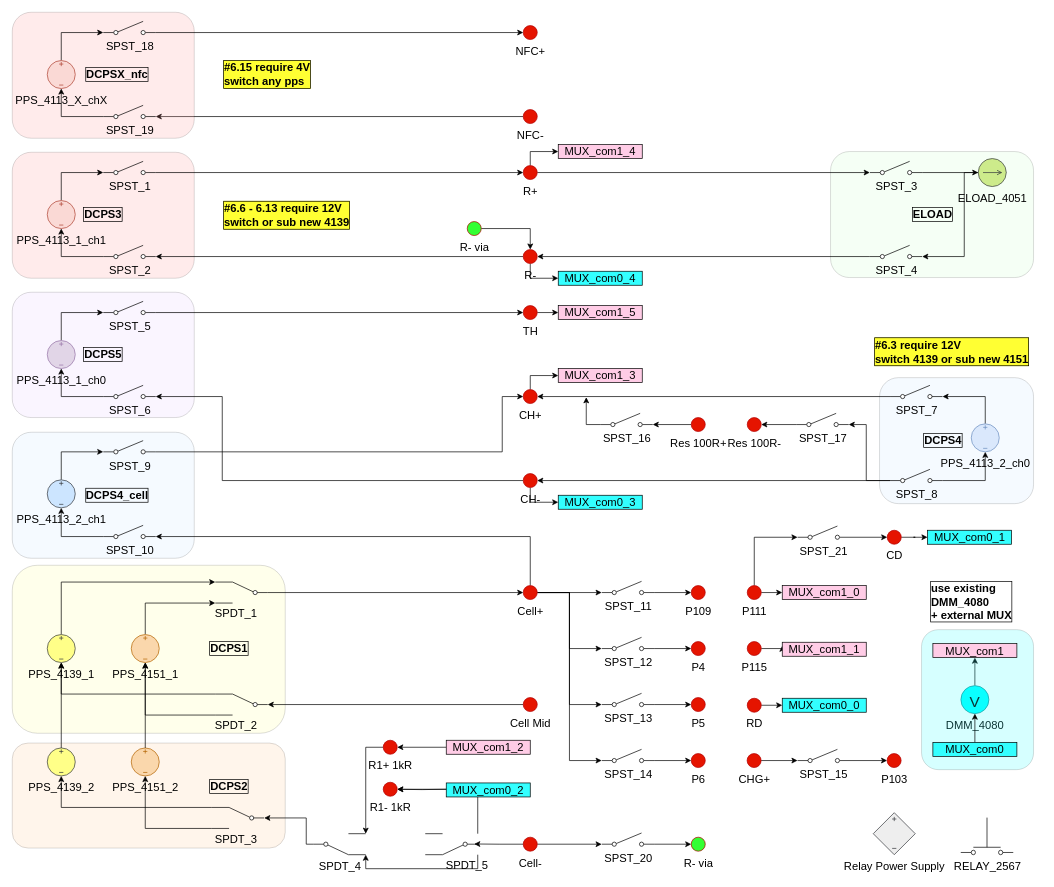
Before: BMS_device_B.drawio in ktlim-xy/draw-io, a draw.io diagram. Source tidied: cells renumbered, new cells numbered last; positions are measured from the earlier drawing's top-left corner, leaving out a move shared by most shapes. Both pictures are drawn from the tidied source at 70%, with x=0, y=0 at pixel (12, 12).
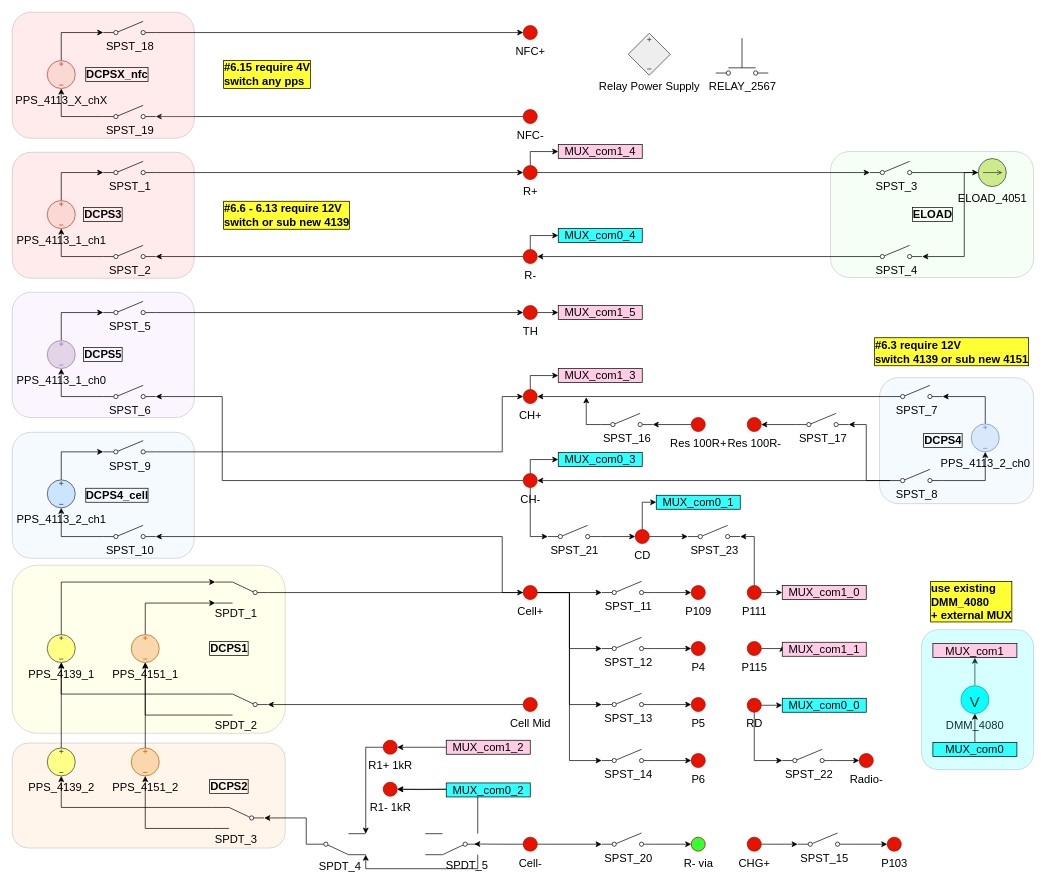
The same page after the edit.

Unchanged cells that the change refers to:
```xml
<mxCell id="20" value="Cell+" style="verticalLabelPosition=bottom;shadow=0;dashed=0;align=center;html=1;verticalAlign=top;strokeWidth=1;shape=ellipse;perimeter=ellipsePerimeter;fillColor=#e51400;fontColor=light-dark(#000000,#FF0000);strokeColor=#B20000;fontSize=16;" parent="1" vertex="1">
  <mxGeometry x="730" y="819" width="20" height="20" as="geometry" />
</mxCell>
<mxCell id="37" value="CH-" style="verticalLabelPosition=bottom;shadow=0;dashed=0;align=center;html=1;verticalAlign=top;strokeWidth=1;shape=ellipse;perimeter=ellipsePerimeter;fillColor=#e51400;fontColor=light-dark(#000000,#FF0000);strokeColor=#B20000;fontSize=16;" parent="1" vertex="1">
  <mxGeometry x="730" y="659" width="20" height="20" as="geometry" />
</mxCell>
<mxCell id="48" value="SPST_10" style="html=1;shape=mxgraph.electrical.electro-mechanical.singleSwitch;elSwitchState=off;verticalAlign=top;labelPosition=center;verticalLabelPosition=bottom;align=center;fontSize=16;" parent="1" vertex="1">
  <mxGeometry x="130" y="733" width="75" height="20" as="geometry" />
</mxCell>
<mxCell id="62" value="R-" style="verticalLabelPosition=bottom;shadow=0;dashed=0;align=center;html=1;verticalAlign=top;strokeWidth=1;shape=ellipse;perimeter=ellipsePerimeter;fillColor=#e51400;fontColor=light-dark(#000000,#FF0000);strokeColor=#B20000;fontSize=16;" parent="1" vertex="1">
  <mxGeometry x="730" y="339" width="20" height="20" as="geometry" />
</mxCell>
<mxCell id="70" value="SPST_2" style="html=1;shape=mxgraph.electrical.electro-mechanical.singleSwitch;elSwitchState=off;verticalAlign=top;labelPosition=center;verticalLabelPosition=bottom;align=center;fontSize=16;" parent="1" vertex="1">
  <mxGeometry x="130" y="333" width="75" height="20" as="geometry" />
</mxCell>
<mxCell id="107" value="P111" style="verticalLabelPosition=bottom;shadow=0;dashed=0;align=center;html=1;verticalAlign=top;strokeWidth=1;shape=ellipse;perimeter=ellipsePerimeter;fillColor=#e51400;fontColor=light-dark(#000000,#FF0000);strokeColor=#B20000;fontSize=16;" parent="1" vertex="1">
  <mxGeometry x="1050" y="819" width="20" height="20" as="geometry" />
</mxCell>
<mxCell id="114" value="RD" style="verticalLabelPosition=bottom;shadow=0;dashed=0;align=center;html=1;verticalAlign=top;strokeWidth=1;shape=ellipse;perimeter=ellipsePerimeter;fillColor=#e51400;fontColor=light-dark(#000000,#FF0000);strokeColor=#B20000;fontSize=16;" parent="1" vertex="1">
  <mxGeometry x="1050" y="980" width="20" height="20" as="geometry" />
</mxCell>
```

The edit, as a diff of the source:
```diff
@@
-    <mxCell id="15" style="edgeStyle=orthogonalEdgeStyle;rounded=0;jettySize=auto;html=1;exitX=0.5;exitY=0;exitDx=0;exitDy=0;entryX=1;entryY=0.8;entryDx=0;entryDy=0;fontSize=16;" parent="1" edge="1" source="20" target="48">
-      <mxGeometry relative="1" as="geometry" />
-    </mxCell>
@@
+    <mxCell id="15" style="edgeStyle=orthogonalEdgeStyle;rounded=0;jettySize=auto;html=1;exitX=0;exitY=0.5;exitDx=0;exitDy=0;entryX=1;entryY=0.8;entryDx=0;entryDy=0;" parent="1" edge="1" source="20" target="48">
+      <mxGeometry relative="1" as="geometry">
+        <Array as="points">
+          <mxPoint x="700" y="829" />
+          <mxPoint x="700" y="749" />
+        </Array>
+      </mxGeometry>
+    </mxCell>
@@
+    <mxCell id="177" style="edgeStyle=orthogonalEdgeStyle;rounded=0;jettySize=auto;html=1;exitX=0.5;exitY=1;exitDx=0;exitDy=0;entryX=0;entryY=0.8;entryDx=0;entryDy=0;" parent="1" edge="1" source="37" target="175">
+      <mxGeometry relative="1" as="geometry" />
+    </mxCell>
-    <mxCell id="36" style="edgeStyle=orthogonalEdgeStyle;rounded=0;jettySize=auto;html=1;exitX=0.5;exitY=1;exitDx=0;exitDy=0;entryX=0;entryY=0.5;entryDx=0;entryDy=0;fontSize=16;" parent="1" edge="1" source="37" target="147">
+    <mxCell id="36" style="edgeStyle=orthogonalEdgeStyle;rounded=0;jettySize=auto;html=1;exitX=0.5;exitY=0;exitDx=0;exitDy=0;entryX=0;entryY=0.5;entryDx=0;entryDy=0;" parent="1" edge="1" source="37" target="147">
       <mxGeometry relative="1" as="geometry" />
     </mxCell>
@@
+    <mxCell id="61" style="edgeStyle=orthogonalEdgeStyle;rounded=0;jettySize=auto;html=1;exitX=0;exitY=0.5;exitDx=0;exitDy=0;entryX=1;entryY=0.8;entryDx=0;entryDy=0;fontSize=16;" parent="1" edge="1" source="62" target="70">
+      <mxGeometry relative="1" as="geometry" />
+    </mxCell>
-    <mxCell id="60" style="edgeStyle=orthogonalEdgeStyle;rounded=0;jettySize=auto;html=1;exitX=0.5;exitY=1;exitDx=0;exitDy=0;entryX=0;entryY=0.5;entryDx=0;entryDy=0;fontSize=16;" parent="1" edge="1" source="62" target="149">
+    <mxCell id="60" style="edgeStyle=orthogonalEdgeStyle;rounded=0;jettySize=auto;html=1;exitX=0.5;exitY=0;exitDx=0;exitDy=0;entryX=0;entryY=0.5;entryDx=0;entryDy=0;" parent="1" edge="1" source="62" target="149">
       <mxGeometry relative="1" as="geometry" />
     </mxCell>
-    <mxCell id="61" style="edgeStyle=orthogonalEdgeStyle;rounded=0;jettySize=auto;html=1;exitX=0;exitY=0.5;exitDx=0;exitDy=0;entryX=1;entryY=0.8;entryDx=0;entryDy=0;fontSize=16;" parent="1" edge="1" source="62" target="70">
-      <mxGeometry relative="1" as="geometry" />
-    </mxCell>
@@
     <mxCell id="95" value="Relay Power Supply" style="verticalLabelPosition=bottom;shadow=0;dashed=0;align=center;html=1;verticalAlign=top;shape=mxgraph.electrical.signal_sources.source;elSourceType=dependent;elSignalType=dc3;fillColor=#eeeeee;strokeColor=#36393d;fontSize=16;" parent="1" vertex="1">
-      <mxGeometry x="1230" y="1143.5" width="60" height="60" as="geometry" />
+      <mxGeometry x="880" y="30" width="60" height="60" as="geometry" />
     </mxCell>
     <mxCell id="96" value="RELAY_2567" style="verticalLabelPosition=bottom;shadow=0;dashed=0;align=center;html=1;verticalAlign=top;shape=mxgraph.electrical.electro-mechanical.pushbuttonMakeSwitch2;elSwitchState=1;fontSize=16;" parent="1" vertex="1">
-      <mxGeometry x="1355" y="1150.5" width="75" height="53" as="geometry" />
+      <mxGeometry x="1005" y="37" width="75" height="53" as="geometry" />
     </mxCell>
@@
-    <mxCell id="106" style="edgeStyle=orthogonalEdgeStyle;rounded=0;jettySize=auto;html=1;entryX=0;entryY=0.8;entryDx=0;entryDy=0;" parent="1" edge="1" source="107" target="175">
-      <mxGeometry relative="1" as="geometry">
-        <Array as="points">
-          <mxPoint x="1060" y="750" />
-        </Array>
-      </mxGeometry>
-    </mxCell>
+    <mxCell id="178" style="edgeStyle=orthogonalEdgeStyle;rounded=0;jettySize=auto;html=1;exitX=0.5;exitY=0;exitDx=0;exitDy=0;entryX=1;entryY=0.8;entryDx=0;entryDy=0;" parent="1" edge="1" source="107" target="184">
+      <mxGeometry relative="1" as="geometry" />
+    </mxCell>
@@
+    <mxCell id="179" style="edgeStyle=orthogonalEdgeStyle;rounded=0;jettySize=auto;html=1;exitX=0.5;exitY=1;exitDx=0;exitDy=0;entryX=0;entryY=0.8;entryDx=0;entryDy=0;" parent="1" edge="1" source="114" target="183">
+      <mxGeometry relative="1" as="geometry" />
+    </mxCell>
@@
     <mxCell id="132" value="SPST_15" style="html=1;shape=mxgraph.electrical.electro-mechanical.singleSwitch;elSwitchState=off;labelPosition=center;verticalLabelPosition=bottom;align=center;verticalAlign=top;fontSize=16;" parent="1" vertex="1">
-      <mxGeometry x="1121.8" y="1053" width="75" height="20" as="geometry" />
+      <mxGeometry x="1122" y="1172.5" width="75" height="20" as="geometry" />
     </mxCell>
     <mxCell id="133" value="P103" style="verticalLabelPosition=bottom;shadow=0;dashed=0;align=center;html=1;verticalAlign=top;strokeWidth=1;shape=ellipse;perimeter=ellipsePerimeter;fillColor=#e51400;fontColor=light-dark(#000000,#FF0000);strokeColor=#B20000;fontSize=16;" parent="1" vertex="1">
-      <mxGeometry x="1249.8" y="1059" width="20" height="20" as="geometry" />
+      <mxGeometry x="1250" y="1178.5" width="20" height="20" as="geometry" />
     </mxCell>
@@
     <mxCell id="135" value="CHG+" style="verticalLabelPosition=bottom;shadow=0;dashed=0;align=center;html=1;verticalAlign=top;strokeWidth=1;shape=ellipse;perimeter=ellipsePerimeter;fillColor=#e51400;fontColor=light-dark(#000000,#FF0000);strokeColor=#B20000;fontSize=16;" parent="1" vertex="1">
-      <mxGeometry x="1049.8" y="1059" width="20" height="20" as="geometry" />
+      <mxGeometry x="1050" y="1178.5" width="20" height="20" as="geometry" />
     </mxCell>
@@
     <mxCell id="147" value="MUX_com0_3" style="rounded=0;whiteSpace=wrap;html=1;fillColor=#33FFFF;fontSize=16;" parent="1" vertex="1">
-      <mxGeometry x="780" y="690" width="120" height="20" as="geometry" />
+      <mxGeometry x="780" y="629" width="120" height="20" as="geometry" />
     </mxCell>
@@
     <mxCell id="149" value="MUX_com0_4" style="rounded=0;whiteSpace=wrap;html=1;fillColor=#33FFFF;fontSize=16;" parent="1" vertex="1">
-      <mxGeometry x="780" y="370" width="120" height="20" as="geometry" />
+      <mxGeometry x="780" y="309" width="120" height="20" as="geometry" />
     </mxCell>
@@
-    <mxCell id="159" value="use existing&lt;br&gt;DMM_4080&amp;nbsp;&lt;div&gt;+ external MUX&lt;/div&gt;" style="text;html=1;whiteSpace=wrap;strokeColor=none;fillColor=none;align=left;verticalAlign=middle;rounded=0;fontStyle=1;fontColor=#000000;fontSize=16;labelBorderColor=default;" parent="1" vertex="1">
+    <mxCell id="159" value="use existing&lt;br&gt;DMM_4080&amp;nbsp;&lt;div&gt;+ external MUX&lt;/div&gt;" style="text;html=1;whiteSpace=wrap;strokeColor=none;fillColor=none;align=left;verticalAlign=middle;rounded=0;fontStyle=1;fontColor=#000000;fontSize=16;labelBorderColor=default;labelBackgroundColor=#FFFF33;" parent="1" vertex="1">
       <mxGeometry x="1310" y="813" width="160" height="58" as="geometry" />
     </mxCell>
-    <mxCell id="160" style="edgeStyle=orthogonalEdgeStyle;rounded=0;jettySize=auto;html=1;exitX=1;exitY=0.5;exitDx=0;exitDy=0;entryX=0.5;entryY=0;entryDx=0;entryDy=0;fontSize=16;" parent="1" edge="1" source="161" target="62">
-      <mxGeometry relative="1" as="geometry" />
-    </mxCell>
-    <mxCell id="161" value="R- via" style="verticalLabelPosition=bottom;shadow=0;dashed=0;align=center;html=1;verticalAlign=top;strokeWidth=1;shape=ellipse;perimeter=ellipsePerimeter;fillColor=#33FF33;fontColor=light-dark(#000000,#FF0000);strokeColor=#B20000;fillStyle=auto;fontSize=16;" parent="1" vertex="1">
-      <mxGeometry x="650" y="299" width="20" height="20" as="geometry" />
-    </mxCell>
@@
+    <mxCell id="180" style="edgeStyle=orthogonalEdgeStyle;rounded=0;jettySize=auto;html=1;exitX=1;exitY=0.5;exitDx=0;exitDy=0;entryX=0;entryY=0.8;entryDx=0;entryDy=0;" parent="1" edge="1" source="173" target="184">
+      <mxGeometry relative="1" as="geometry" />
+    </mxCell>
-    <mxCell id="172" style="edgeStyle=orthogonalEdgeStyle;rounded=0;jettySize=auto;html=1;exitX=1;exitY=0.5;exitDx=0;exitDy=0;" parent="1" edge="1" source="173" target="176">
+    <mxCell id="172" style="edgeStyle=orthogonalEdgeStyle;rounded=0;jettySize=auto;html=1;exitX=0.5;exitY=0;exitDx=0;exitDy=0;entryX=0;entryY=0.5;entryDx=0;entryDy=0;" parent="1" edge="1" source="173" target="176">
       <mxGeometry relative="1" as="geometry" />
     </mxCell>
     <mxCell id="173" value="CD" style="verticalLabelPosition=bottom;shadow=0;dashed=0;align=center;html=1;verticalAlign=top;strokeWidth=1;shape=ellipse;perimeter=ellipsePerimeter;fillColor=#e51400;fontColor=light-dark(#000000,#FF0000);strokeColor=#B20000;fontSize=16;" parent="1" vertex="1">
-      <mxGeometry x="1250" y="740" width="20" height="20" as="geometry" />
+      <mxGeometry x="890" y="739" width="20" height="20" as="geometry" />
     </mxCell>
@@
     <mxCell id="175" value="SPST_21" style="html=1;shape=mxgraph.electrical.electro-mechanical.singleSwitch;elSwitchState=off;verticalAlign=top;labelPosition=center;verticalLabelPosition=bottom;align=center;fontSize=16;" parent="1" vertex="1">
-      <mxGeometry x="1121.8" y="734" width="75" height="20" as="geometry" />
+      <mxGeometry x="765" y="733" width="75" height="20" as="geometry" />
     </mxCell>
     <mxCell id="176" value="MUX_com0_1" style="rounded=0;whiteSpace=wrap;html=1;fillColor=#33FFFF;fontSize=16;" parent="1" vertex="1">
-      <mxGeometry x="1307.5" y="740" width="120" height="20" as="geometry" />
+      <mxGeometry x="920" y="690" width="120" height="20" as="geometry" />
     </mxCell>
+    <mxCell id="181" value="Radio-" style="verticalLabelPosition=bottom;shadow=0;dashed=0;align=center;html=1;verticalAlign=top;strokeWidth=1;shape=ellipse;perimeter=ellipsePerimeter;fillColor=#e51400;fontColor=light-dark(#000000,#FF0000);strokeColor=#B20000;fontSize=16;" parent="1" vertex="1">
+      <mxGeometry x="1210" y="1059" width="20" height="20" as="geometry" />
+    </mxCell>
+    <mxCell id="182" style="edgeStyle=orthogonalEdgeStyle;rounded=0;jettySize=auto;html=1;exitX=1;exitY=0.8;exitDx=0;exitDy=0;entryX=0;entryY=0.5;entryDx=0;entryDy=0;" parent="1" edge="1" source="183" target="181">
+      <mxGeometry relative="1" as="geometry" />
+    </mxCell>
+    <mxCell id="183" value="SPST_22" style="html=1;shape=mxgraph.electrical.electro-mechanical.singleSwitch;elSwitchState=off;verticalAlign=top;labelPosition=center;verticalLabelPosition=bottom;align=center;fontSize=16;" parent="1" vertex="1">
+      <mxGeometry x="1100" y="1053" width="75" height="20" as="geometry" />
+    </mxCell>
+    <mxCell id="184" value="SPST_23" style="html=1;shape=mxgraph.electrical.electro-mechanical.singleSwitch;elSwitchState=off;verticalAlign=top;labelPosition=center;verticalLabelPosition=bottom;align=center;fontSize=16;" parent="1" vertex="1">
+      <mxGeometry x="965" y="733" width="75" height="20" as="geometry" />
+    </mxCell>
```
